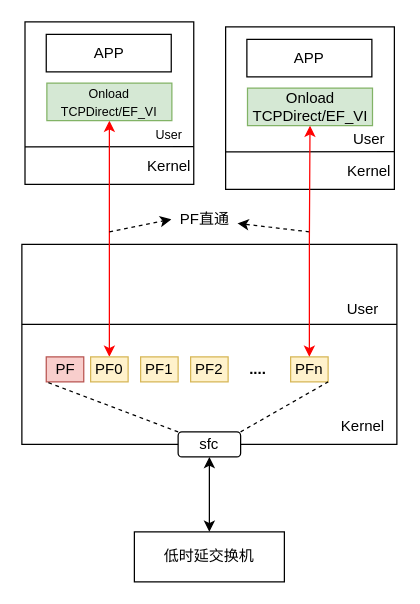
The draw.io diagram PF直通.drawio in ctimbai/draw.io, before the edit. Source tidied: cells renumbered, new cells numbered last; positions are measured from the earlier drawing's top-left corner, leaving out a move shared by most shapes. Both pictures are drawn from the tidied source at 125%, with x=0, y=0 at pixel (21, 21).
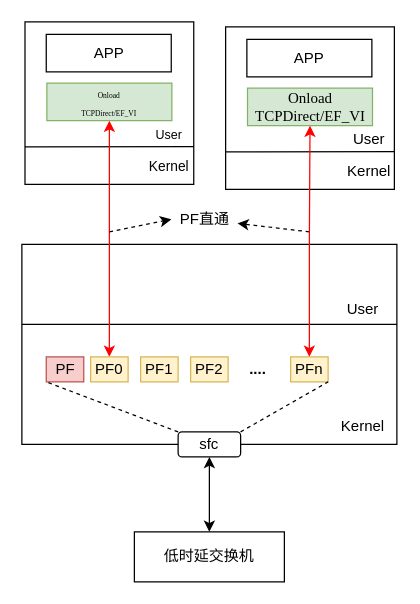
After the change.

The edit, as a diff of the source:
```diff
@@
-    <mxCell id="22" value="Onload&lt;br&gt;TCPDirect/EF_VI" style="rounded=0;whiteSpace=wrap;html=1;fillColor=#d5e8d4;strokeColor=#82b366;" parent="1" vertex="1">
+    <mxCell id="22" value="&lt;font face=&quot;Times New Roman&quot;&gt;Onload&lt;br&gt;TCPDirect/EF_VI&lt;/font&gt;" style="rounded=0;whiteSpace=wrap;html=1;fillColor=#d5e8d4;strokeColor=#82b366;" parent="1" vertex="1">
       <mxGeometry x="180.5" y="53" width="100" height="30" as="geometry" />
     </mxCell>
@@
-    <mxCell id="27" value="Kernel" style="text;html=1;strokeColor=none;fillColor=none;align=center;verticalAlign=middle;whiteSpace=wrap;rounded=0;" parent="1" vertex="1">
+    <mxCell id="27" value="&lt;font style=&quot;font-size: 11px&quot;&gt;Kernel&lt;/font&gt;" style="text;html=1;strokeColor=none;fillColor=none;align=center;verticalAlign=middle;whiteSpace=wrap;rounded=0;" parent="1" vertex="1">
       <mxGeometry x="97.5" y="106" width="40" height="20" as="geometry" />
     </mxCell>
@@
-    <mxCell id="30" value="&lt;font style=&quot;font-size: 10px&quot;&gt;Onload&lt;br&gt;TCPDirect/EF_VI&lt;/font&gt;" style="rounded=0;whiteSpace=wrap;html=1;fillColor=#d5e8d4;strokeColor=#82b366;" parent="1" vertex="1">
+    <mxCell id="30" value="&lt;font style=&quot;font-size: 6px&quot; face=&quot;Times New Roman&quot;&gt;Onload&lt;br style=&quot;font-size: 6px&quot;&gt;TCPDirect/EF_VI&lt;/font&gt;" style="rounded=0;whiteSpace=wrap;html=1;fillColor=#d5e8d4;strokeColor=#82b366;" parent="1" vertex="1">
       <mxGeometry x="20" y="49" width="100" height="30" as="geometry" />
     </mxCell>
```
